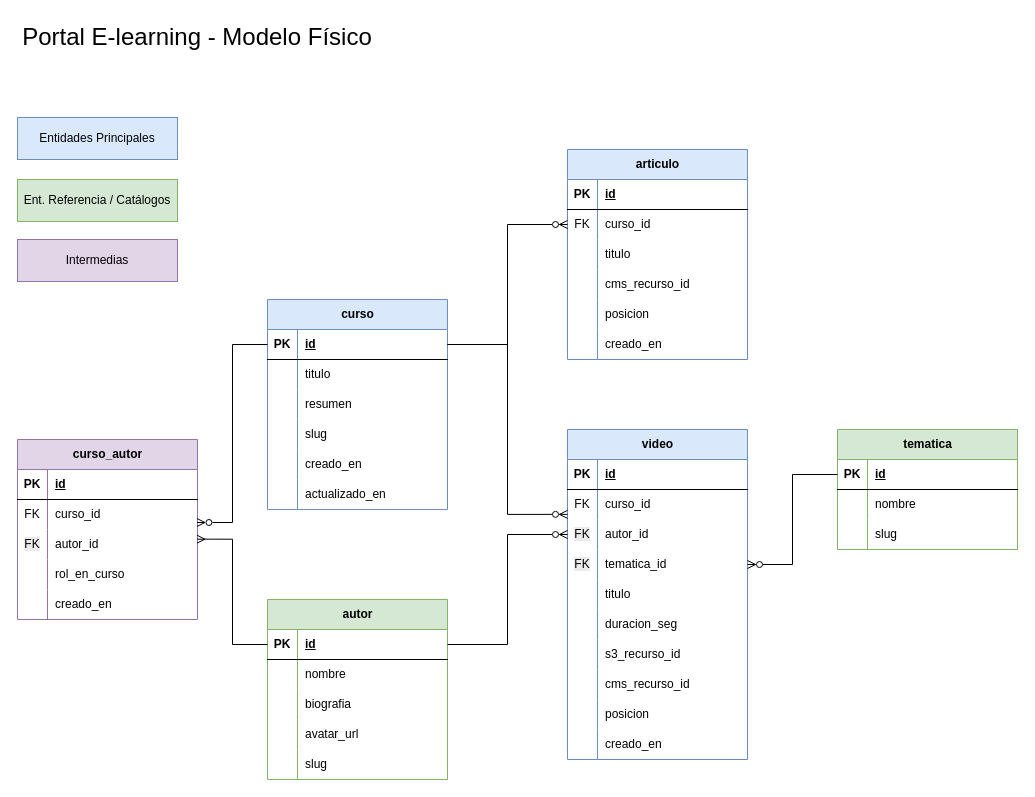
cepoumian/lab-modelado-relacional keeps this draw.io diagram as basico/elearning-diagrama-fisico.drawio. Above is the earlier version. Source tidied: cells renumbered, new cells numbered last; positions are measured from the earlier drawing's top-left corner, leaving out a move shared by most shapes. Both pictures are drawn from the tidied source at 100%, with x=0, y=0 at pixel (17, 17).
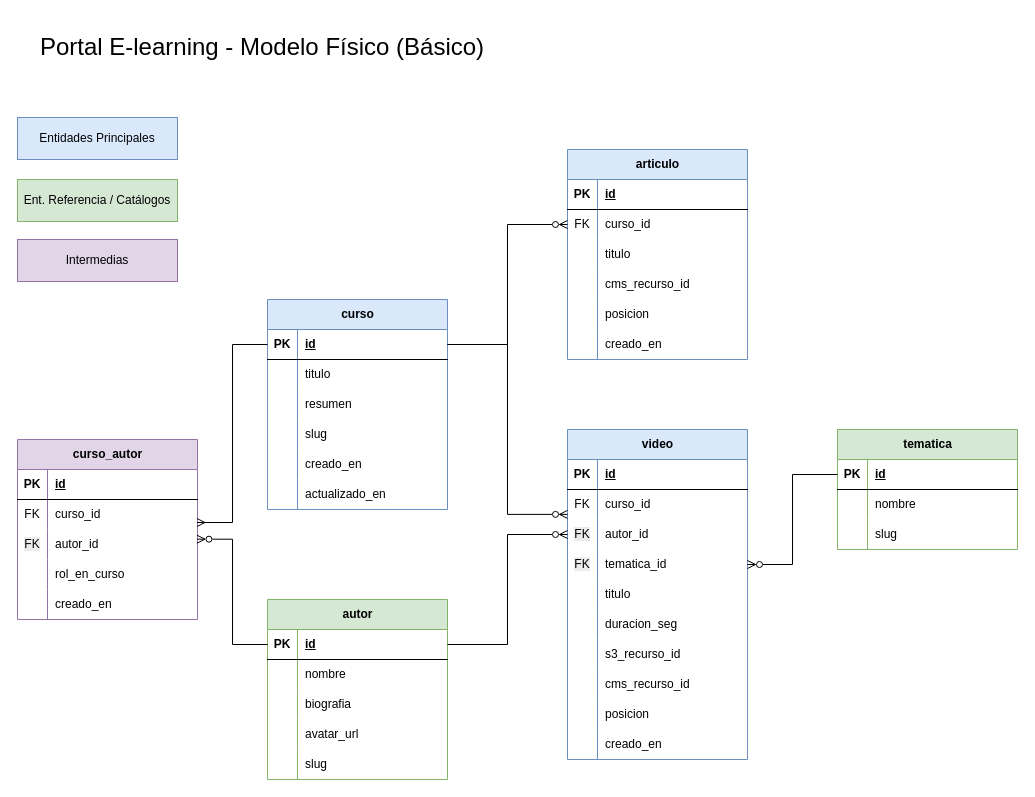
After the change.

The change refers to these unchanged cells:
```xml
<mxCell id="3" style="shape=tableRow;horizontal=0;startSize=0;swimlaneHead=0;swimlaneBody=0;fillColor=none;points=[[0,0.5],[1,0.5]];portConstraint=eastwest;top=0;left=0;right=0;bottom=1;" parent="2" vertex="1">
  <mxGeometry y="30" width="180" height="30" as="geometry" />
</mxCell>
<mxCell id="22" style="shape=tableRow;horizontal=0;startSize=0;swimlaneHead=0;swimlaneBody=0;fillColor=none;points=[[0,0.5],[1,0.5]];portConstraint=eastwest;top=0;left=0;right=0;bottom=1;" parent="21" vertex="1">
  <mxGeometry y="30" width="180" height="30" as="geometry" />
</mxCell>
<mxCell id="51" style="shape=tableRow;horizontal=0;startSize=0;swimlaneHead=0;swimlaneBody=0;fillColor=none;points=[[0,0.5],[1,0.5]];portConstraint=eastwest;top=0;left=0;right=0;bottom=0;" parent="47" vertex="1">
  <mxGeometry y="60" width="180" height="30" as="geometry" />
</mxCell>
<mxCell id="54" style="shape=tableRow;horizontal=0;startSize=0;swimlaneHead=0;swimlaneBody=0;fillColor=none;points=[[0,0.5],[1,0.5]];portConstraint=eastwest;top=0;left=0;right=0;bottom=0;" parent="47" vertex="1">
  <mxGeometry y="90" width="180" height="30" as="geometry" />
</mxCell>
```

Change to the diagram source:
```diff
@@
-    <mxCell id="117" style="edgeStyle=orthogonalEdgeStyle;rounded=0;jettySize=auto;html=1;entryX=0.997;entryY=0.767;entryDx=0;entryDy=0;entryPerimeter=0;endArrow=ERzeroToMany;endFill=0;" parent="1" edge="1" source="3" target="51">
+    <mxCell id="117" style="edgeStyle=orthogonalEdgeStyle;rounded=0;jettySize=auto;html=1;entryX=0.997;entryY=0.767;entryDx=0;entryDy=0;entryPerimeter=0;endArrow=ERmany;endFill=0;" parent="1" edge="1" source="3" target="51">
       <mxGeometry relative="1" as="geometry" />
     </mxCell>
-    <mxCell id="118" style="edgeStyle=orthogonalEdgeStyle;rounded=0;jettySize=auto;html=1;entryX=0.997;entryY=0.322;entryDx=0;entryDy=0;entryPerimeter=0;endArrow=ERmany;endFill=0;" parent="1" edge="1" source="22" target="54">
+    <mxCell id="118" style="edgeStyle=orthogonalEdgeStyle;rounded=0;jettySize=auto;html=1;entryX=0.997;entryY=0.322;entryDx=0;entryDy=0;entryPerimeter=0;endArrow=ERzeroToMany;endFill=0;" parent="1" edge="1" source="22" target="54">
       <mxGeometry relative="1" as="geometry" />
     </mxCell>
@@
-    <mxCell id="122" value="Portal E-learning - Modelo Físico" style="text;html=1;whiteSpace=wrap;strokeColor=none;fillColor=none;align=center;verticalAlign=middle;rounded=0;strokeWidth=1;fontSize=24;" parent="1" vertex="1">
-      <mxGeometry width="360" height="40" as="geometry" />
+    <mxCell id="122" value="Portal E-learning - Modelo Físico (Básico)" style="text;html=1;whiteSpace=wrap;strokeColor=none;fillColor=none;align=center;verticalAlign=middle;rounded=0;strokeWidth=1;fontSize=24;" parent="1" vertex="1">
+      <mxGeometry y="10" width="490" height="40" as="geometry" />
     </mxCell>
```
